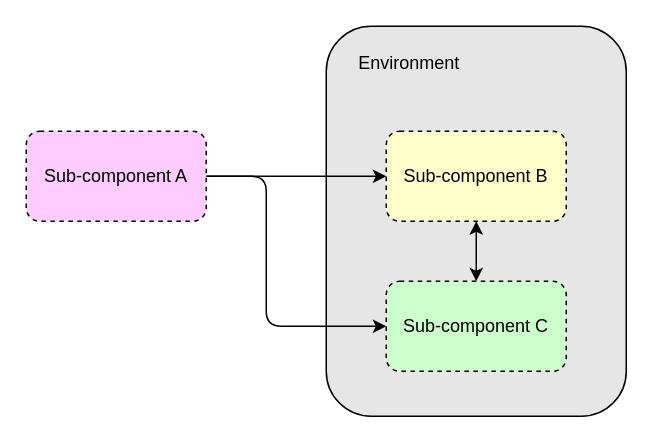
Before: page "main" (1 of 2) of doc/arc.drawio in rasmushaa/drawio_document_demo_a, a draw.io diagram. Source tidied: cells renumbered, new cells numbered last; positions are measured from the earlier drawing's top-left corner, leaving out a move shared by most shapes. Both pictures are drawn from the tidied source at 150%, with x=0, y=0 at pixel (26, 26).
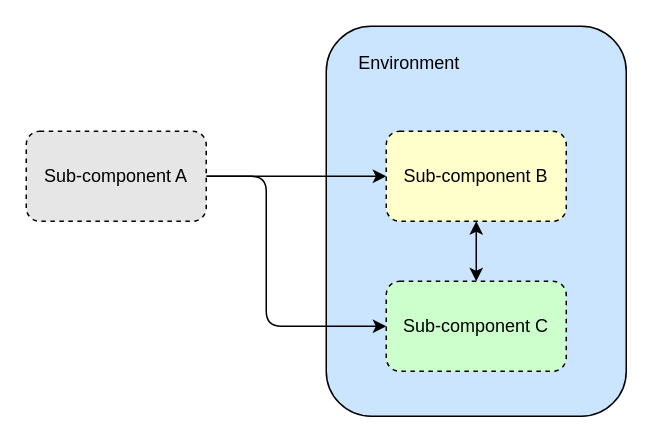
After the change.

The edit, as a diff of the source:
```diff
@@
 <mxGraphModel>
   <root>
     <mxCell id="0" />
     <mxCell id="1" parent="0" />
-    <mxCell id="2" style="rounded=1;whiteSpace=wrap;html=1;fillColor=#E6E6E6;" parent="1" vertex="1">
+    <mxCell id="2" style="rounded=1;whiteSpace=wrap;html=1;fillColor=#CCE5FF;" parent="1" vertex="1">
       <mxGeometry x="200" width="200" height="260" as="geometry" />
     </mxCell>
     <mxCell id="3" style="edgeStyle=none;html=1;entryX=0;entryY=0.5;entryDx=0;entryDy=0;" parent="1" edge="1" source="5" target="6">
       <mxGeometry relative="1" as="geometry" />
     </mxCell>
     <mxCell id="4" style="edgeStyle=none;html=1;entryX=0;entryY=0.5;entryDx=0;entryDy=0;rounded=1;curved=0;" parent="1" edge="1" source="5" target="8">
       <mxGeometry relative="1" as="geometry">
         <Array as="points">
           <mxPoint x="160" y="100" />
           <mxPoint x="160" y="150" />
           <mxPoint x="160" y="200" />
           <mxPoint x="220" y="200" />
         </Array>
       </mxGeometry>
     </mxCell>
-    <mxCell id="5" value="Sub-component A" style="rounded=1;whiteSpace=wrap;html=1;dashed=1;fillColor=#FFCCFF;" parent="1" vertex="1">
+    <mxCell id="5" value="Sub-component A" style="rounded=1;whiteSpace=wrap;html=1;dashed=1;fillColor=#E6E6E6;" parent="1" vertex="1">
       <mxGeometry y="70" width="120" height="60" as="geometry" />
     </mxCell>
     <mxCell id="6" value="Sub-component B" style="rounded=1;whiteSpace=wrap;html=1;dashed=1;fillColor=#FFFFCC;" parent="1" vertex="1">
       <mxGeometry x="240" y="70" width="120" height="60" as="geometry" />
     </mxCell>
     <mxCell id="7" style="edgeStyle=none;html=1;entryX=0.5;entryY=1;entryDx=0;entryDy=0;startArrow=classic;startFill=1;" parent="1" edge="1" source="8" target="6">
       <mxGeometry relative="1" as="geometry" />
     </mxCell>
     <mxCell id="8" value="Sub-component C" style="rounded=1;whiteSpace=wrap;html=1;dashed=1;fillColor=#CCFFCC;" parent="1" vertex="1">
       <mxGeometry x="240" y="170" width="120" height="60" as="geometry" />
     </mxCell>
     <mxCell id="9" value="Environment" style="text;html=1;align=center;verticalAlign=middle;strokeColor=none;fillColor=none;" parent="1" vertex="1">
       <mxGeometry x="210" y="10" width="90" height="30" as="geometry" />
     </mxCell>
   </root>
 </mxGraphModel>
```
